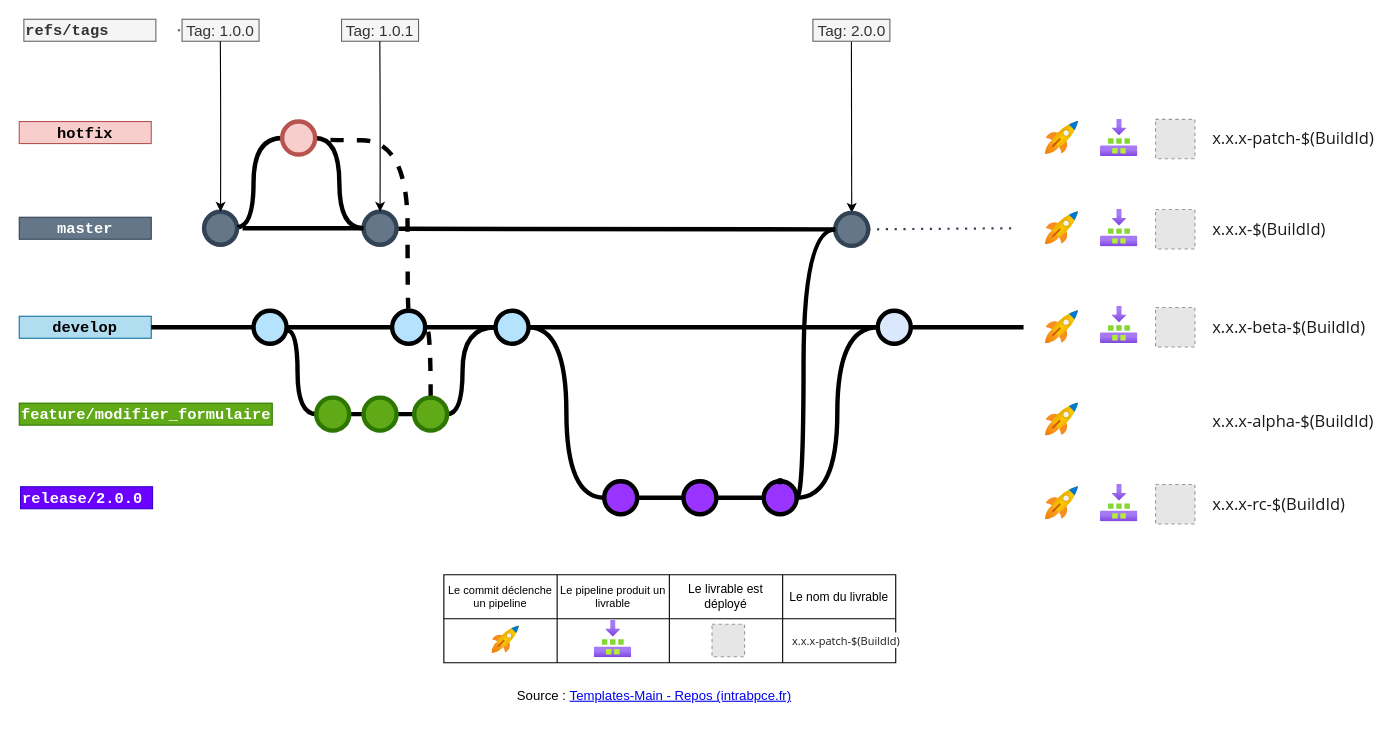
Before: page "Interaction lfow-pipeline" (2 of 6) of BP_SAC_gitflow.drawio in jmrablat/GITFLOW-BP-SAC, a draw.io diagram. Source tidied: cells renumbered, new cells numbered last; positions are measured from the earlier drawing's top-left corner, leaving out a move shared by most shapes. Both pictures are drawn from the tidied source at 110%, with x=0, y=0 at pixel (19, 19). Pictures stored in the file or linked from it are replaced by grey dashed boxes.
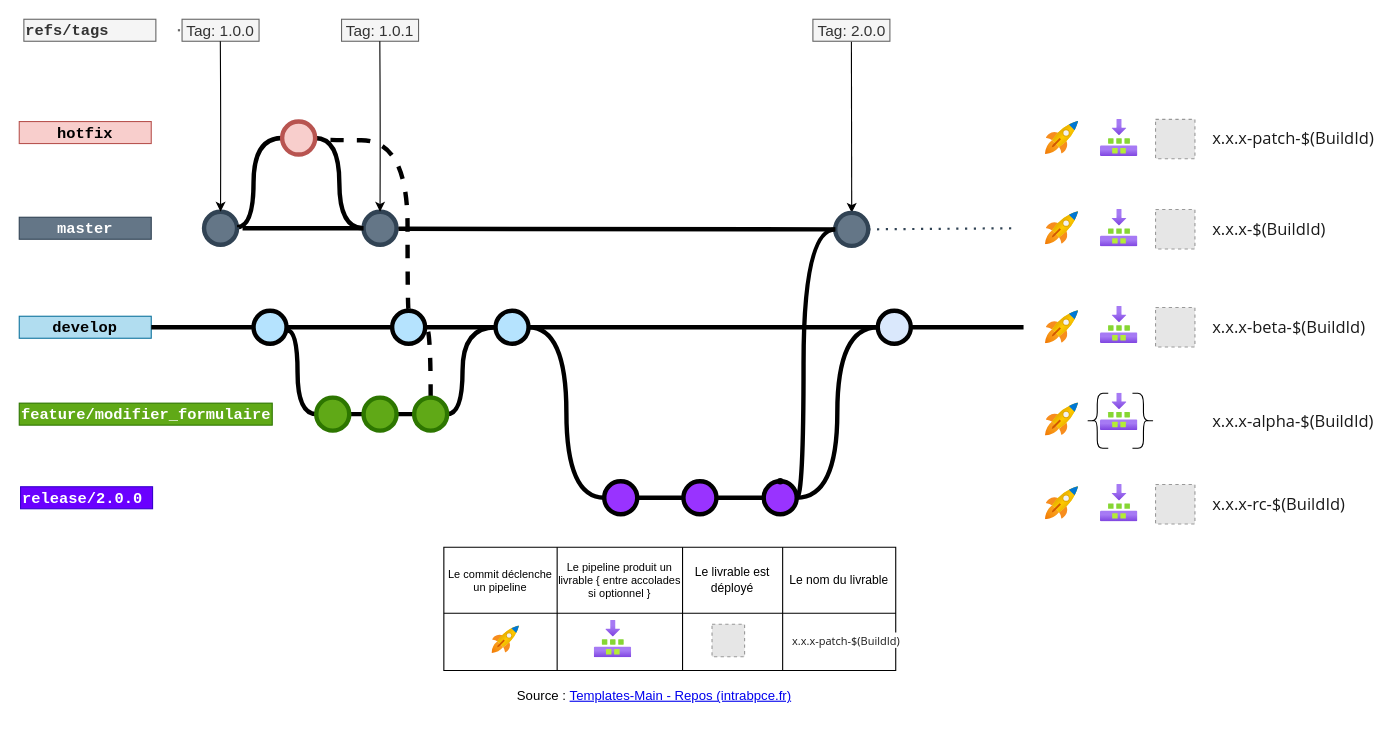
Above is the later version.

Commit message:
ajouté opyion sur branche feature pour package

Change to the diagram source:
```diff
@@
     <mxCell id="2" style="shape=table;startSize=0;childLayout=tableLayout;" parent="1" vertex="1">
-      <mxGeometry x="386" y="505" width="410.8" height="80" as="geometry" />
+      <mxGeometry x="386" y="480" width="410.8" height="112" as="geometry" />
     </mxCell>
     <mxCell id="3" style="shape=tableRow;horizontal=0;startSize=0;swimlaneHead=0;swimlaneBody=0;strokeColor=inherit;top=0;left=0;bottom=0;right=0;fillColor=none;" parent="2" vertex="1">
-      <mxGeometry width="410.8" height="40" as="geometry" />
+      <mxGeometry width="410.8" height="60" as="geometry" />
     </mxCell>
     <mxCell id="4" value="Le commit déclenche un pipeline" style="shape=partialRectangle;html=1;whiteSpace=wrap;strokeColor=inherit;overflow=hidden;fillColor=none;top=0;left=0;bottom=0;right=0;fontSize=10;" parent="3" vertex="1">
-      <mxGeometry width="103" height="40" as="geometry" />
+      <mxGeometry width="103" height="60" as="geometry" />
     </mxCell>
-    <mxCell id="5" value="Le pipeline produit un livrable" style="shape=partialRectangle;html=1;whiteSpace=wrap;strokeColor=inherit;overflow=hidden;fillColor=none;top=0;left=0;bottom=0;right=0;fontSize=10;" parent="3" vertex="1">
-      <mxGeometry x="103" width="102" height="40" as="geometry" />
+    <mxCell id="5" value="Le pipeline produit un livrable { entre accolades si optionnel }" style="shape=partialRectangle;html=1;whiteSpace=wrap;strokeColor=inherit;overflow=hidden;fillColor=none;top=0;left=0;bottom=0;right=0;fontSize=10;" parent="3" vertex="1">
+      <mxGeometry x="103" width="114" height="60" as="geometry" />
     </mxCell>
     <mxCell id="6" value="Le livrable est déployé" style="shape=partialRectangle;html=1;whiteSpace=wrap;strokeColor=inherit;overflow=hidden;fillColor=none;top=0;left=0;bottom=0;right=0;fontSize=11;" parent="3" vertex="1">
-      <mxGeometry x="205" width="103" height="40" as="geometry" />
+      <mxGeometry x="217" width="91" height="60" as="geometry" />
     </mxCell>
     <mxCell id="7" value="Le nom du livrable" style="shape=partialRectangle;html=1;whiteSpace=wrap;strokeColor=inherit;overflow=hidden;fillColor=none;top=0;left=0;bottom=0;right=0;fontSize=11;" parent="3" vertex="1">
-      <mxGeometry x="308" width="103" height="40" as="geometry" />
+      <mxGeometry x="308" width="103" height="60" as="geometry" />
     </mxCell>
     <mxCell id="8" style="shape=tableRow;horizontal=0;startSize=0;swimlaneHead=0;swimlaneBody=0;strokeColor=inherit;top=0;left=0;bottom=0;right=0;fillColor=none;" parent="2" vertex="1">
-      <mxGeometry y="40" width="410.8" height="40" as="geometry" />
+      <mxGeometry y="60" width="410.8" height="52" as="geometry" />
     </mxCell>
     <mxCell id="9" style="shape=partialRectangle;html=1;whiteSpace=wrap;strokeColor=inherit;overflow=hidden;fillColor=none;top=0;left=0;bottom=0;right=0;" parent="8" vertex="1">
-      <mxGeometry width="103" height="40" as="geometry" />
+      <mxGeometry width="103" height="52" as="geometry" />
     </mxCell>
     <mxCell id="10" style="shape=partialRectangle;html=1;whiteSpace=wrap;strokeColor=inherit;overflow=hidden;fillColor=none;top=0;left=0;bottom=0;right=0;" parent="8" vertex="1">
-      <mxGeometry x="103" width="102" height="40" as="geometry" />
+      <mxGeometry x="103" width="114" height="52" as="geometry" />
     </mxCell>
     <mxCell id="11" style="shape=partialRectangle;html=1;whiteSpace=wrap;strokeColor=inherit;overflow=hidden;fillColor=none;top=0;left=0;bottom=0;right=0;" parent="8" vertex="1">
-      <mxGeometry x="205" width="103" height="40" as="geometry" />
+      <mxGeometry x="217" width="91" height="52" as="geometry" />
     </mxCell>
     <mxCell id="12" style="shape=partialRectangle;html=1;whiteSpace=wrap;strokeColor=inherit;overflow=hidden;fillColor=none;top=0;left=0;bottom=0;right=0;" parent="8" vertex="1">
-      <mxGeometry x="308" width="103" height="40" as="geometry" />
+      <mxGeometry x="308" width="103" height="52" as="geometry" />
     </mxCell>
@@
+    <mxCell id="86" style="html=1;align=center;image;fontSize=12;image=img/lib/azure2/general/Builds.svg;dashed=1;fontColor=#FF8000;" parent="1" vertex="1">
+      <mxGeometry x="983" y="340" width="34" height="34" as="geometry" />
+    </mxCell>
+    <mxCell id="87" style="shape=curlyBracket;whiteSpace=wrap;html=1;rounded=1;labelPosition=left;verticalLabelPosition=middle;align=right;verticalAlign=middle;" parent="1" vertex="1">
+      <mxGeometry x="970" y="340" width="20" height="50" as="geometry" />
+    </mxCell>
+    <mxCell id="88" style="shape=curlyBracket;whiteSpace=wrap;html=1;rounded=1;flipH=1;labelPosition=right;verticalLabelPosition=middle;align=left;verticalAlign=middle;" parent="1" vertex="1">
+      <mxGeometry x="1012" y="340" width="20" height="50" as="geometry" />
+    </mxCell>
```
